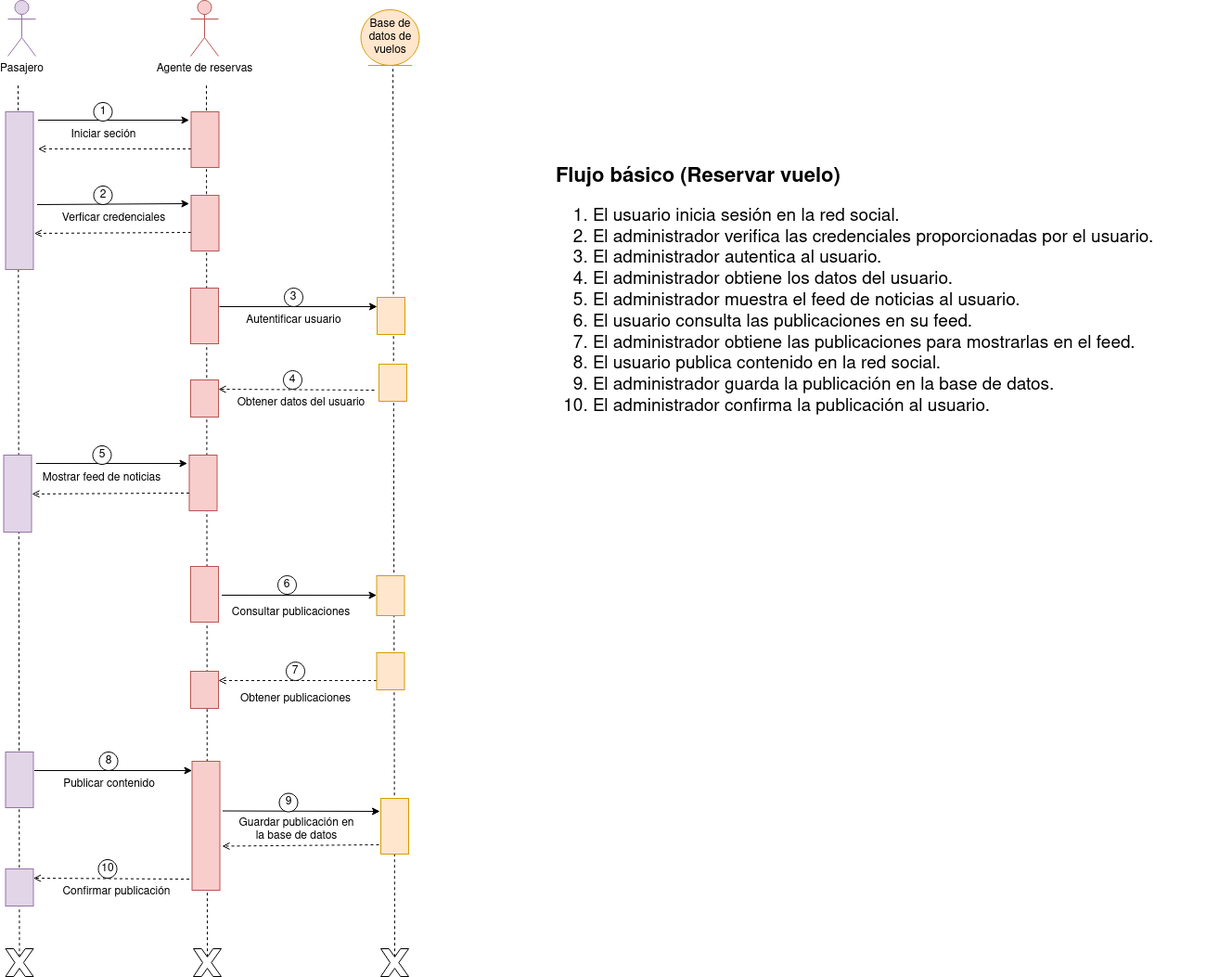
Earlier version of the draw.io export diagramas/tarea5 (red social)/diagrama_secuencias_red_social.png (Chugani05/entorno_de_desarrollo). Source tidied: cells renumbered, new cells last; positions are measured from the earlier drawing's top-left corner, leaving out a move shared by most shapes. Its diagram source:
```xml
<mxGraphModel>
  <root>
    <mxCell id="0" />
    <mxCell id="1" parent="0" />
    <mxCell id="2" style="endArrow=none;dashed=1;html=1;rounded=0;exitX=0.5;exitY=0.29;exitDx=0;exitDy=0;exitPerimeter=0;" parent="1" edge="1" source="7">
      <mxGeometry relative="1" as="geometry">
        <mxPoint x="16" y="90" as="targetPoint" />
      </mxGeometry>
    </mxCell>
    <mxCell id="3" style="endArrow=none;dashed=1;html=1;rounded=0;exitX=0.5;exitY=0.29;exitDx=0;exitDy=0;exitPerimeter=0;" parent="1" edge="1" source="8">
      <mxGeometry relative="1" as="geometry">
        <mxPoint x="420.1" y="70" as="targetPoint" />
      </mxGeometry>
    </mxCell>
    <mxCell id="4" style="endArrow=none;dashed=1;html=1;rounded=0;exitX=0.5;exitY=0.29;exitDx=0;exitDy=0;exitPerimeter=0;" parent="1" edge="1" source="6">
      <mxGeometry relative="1" as="geometry">
        <mxPoint x="219" y="90" as="targetPoint" />
      </mxGeometry>
    </mxCell>
    <mxCell id="5" style="endArrow=open;dashed=1;html=1;rounded=0;endFill=0;entryX=0.25;entryY=0;entryDx=0;entryDy=0;" parent="1" edge="1" target="20">
      <mxGeometry relative="1" as="geometry">
        <mxPoint x="200.5" y="947" as="sourcePoint" />
      </mxGeometry>
    </mxCell>
    <mxCell id="6" style="verticalLabelPosition=bottom;verticalAlign=top;html=1;shape=mxgraph.basic.x;" parent="1" vertex="1">
      <mxGeometry x="205" y="1022" width="30" height="30" as="geometry" />
    </mxCell>
    <mxCell id="7" style="verticalLabelPosition=bottom;verticalAlign=top;html=1;shape=mxgraph.basic.x;" parent="1" vertex="1">
      <mxGeometry x="2.5" y="1022" width="30" height="30" as="geometry" />
    </mxCell>
    <mxCell id="8" style="verticalLabelPosition=bottom;verticalAlign=top;html=1;shape=mxgraph.basic.x;" parent="1" vertex="1">
      <mxGeometry x="407" y="1022" width="30" height="30" as="geometry" />
    </mxCell>
    <mxCell id="9" value="Pasajero" style="shape=umlActor;verticalLabelPosition=bottom;verticalAlign=top;html=1;fillColor=#e1d5e7;strokeColor=#9673a6;" parent="1" vertex="1">
      <mxGeometry x="5" width="30" height="60" as="geometry" />
    </mxCell>
    <mxCell id="10" value="Confirmar publicación" style="text;html=1;align=center;verticalAlign=middle;strokeColor=none;fillColor=none;" parent="1" vertex="1">
      <mxGeometry x="51.5" y="946" width="140" height="30" as="geometry" />
    </mxCell>
    <mxCell id="11" value="&lt;div style=&quot;font-size: 20px;&quot;&gt;&lt;font size=&quot;1&quot;&gt;&lt;b&gt;&lt;font style=&quot;font-size: 22px;&quot;&gt;Flujo básico (Reservar vuelo)&lt;/font&gt;&lt;/b&gt;&lt;/font&gt;&lt;/div&gt;&lt;div style=&quot;font-size: 19px;&quot;&gt;&lt;ol&gt;&lt;li&gt;El usuario inicia sesión en la red social.&lt;/li&gt;&lt;li&gt;El administrador verifica las credenciales proporcionadas por el usuario.&lt;/li&gt;&lt;li&gt;El&amp;nbsp;administrador autentica al usuario.&lt;/li&gt;&lt;li&gt;El&amp;nbsp;administrador obtiene los datos del usuario.&lt;/li&gt;&lt;li&gt;El&amp;nbsp;administrador muestra el feed de noticias al usuario.&lt;/li&gt;&lt;li&gt;El usuario consulta las publicaciones en su feed.&lt;/li&gt;&lt;li&gt;El&amp;nbsp;administrador obtiene las publicaciones para mostrarlas en el feed.&lt;/li&gt;&lt;li&gt;El usuario publica contenido en la red social.&lt;/li&gt;&lt;li&gt;El&amp;nbsp;administrador guarda la publicación en la base de datos.&lt;/li&gt;&lt;li&gt;El&amp;nbsp;administrador confirma la publicación al usuario.&lt;/li&gt;&lt;/ol&gt;&lt;/div&gt;" style="text;whiteSpace=wrap;html=1;" parent="1" vertex="1">
      <mxGeometry x="594" y="170" width="730" height="293" as="geometry" />
    </mxCell>
    <mxCell id="12" value="Base de datos de vuelos" style="ellipse;shape=umlEntity;whiteSpace=wrap;html=1;fillColor=#ffe6cc;strokeColor=#d79b00;" parent="1" vertex="1">
      <mxGeometry x="385.5" y="10" width="62.9" height="60" as="geometry" />
    </mxCell>
    <mxCell id="13" style="rounded=0;whiteSpace=wrap;html=1;direction=south;verticalAlign=top;fillColor=#f8cecc;strokeColor=#b85450;" parent="1" vertex="1">
      <mxGeometry x="203.5" y="820" width="30" height="139" as="geometry" />
    </mxCell>
    <mxCell id="14" style="endArrow=classic;html=1;rounded=0;exitX=0.25;exitY=0;exitDx=0;exitDy=0;entryX=0.15;entryY=1.067;entryDx=0;entryDy=0;entryPerimeter=0;endFill=1;startArrow=none;startFill=0;" parent="1" edge="1">
      <mxGeometry relative="1" as="geometry">
        <mxPoint x="33.5" y="830" as="sourcePoint" />
        <mxPoint x="203.5" y="830" as="targetPoint" />
      </mxGeometry>
    </mxCell>
    <mxCell id="15" value="8" style="ellipse;whiteSpace=wrap;html=1;" parent="1" vertex="1">
      <mxGeometry x="103.5" y="810" width="20" height="20" as="geometry" />
    </mxCell>
    <mxCell id="16" value="Publicar contenido" style="text;html=1;align=center;verticalAlign=middle;strokeColor=none;fillColor=none;" parent="1" vertex="1">
      <mxGeometry x="53.5" y="830" width="120" height="30" as="geometry" />
    </mxCell>
    <mxCell id="17" value="10" style="ellipse;whiteSpace=wrap;html=1;" parent="1" vertex="1">
      <mxGeometry x="102.5" y="926" width="20" height="20" as="geometry" />
    </mxCell>
    <mxCell id="18" value="Agente de reservas" style="shape=umlActor;verticalLabelPosition=bottom;verticalAlign=top;html=1;fillColor=#f8cecc;strokeColor=#b85450;" parent="1" vertex="1">
      <mxGeometry x="202" width="30" height="60" as="geometry" />
    </mxCell>
    <mxCell id="19" style="rounded=0;whiteSpace=wrap;html=1;direction=south;verticalAlign=top;fillColor=#e1d5e7;strokeColor=#9673a6;" parent="1" vertex="1">
      <mxGeometry x="2.5" y="810" width="30" height="60" as="geometry" />
    </mxCell>
    <mxCell id="20" style="rounded=0;whiteSpace=wrap;html=1;direction=south;verticalAlign=top;fillColor=#e1d5e7;strokeColor=#9673a6;" parent="1" vertex="1">
      <mxGeometry x="2.5" y="936" width="30" height="40" as="geometry" />
    </mxCell>
    <mxCell id="21" value="Iniciar seción" style="text;html=1;align=center;verticalAlign=middle;strokeColor=none;fillColor=none;" parent="1" vertex="1">
      <mxGeometry x="62.5" y="130" width="90" height="30" as="geometry" />
    </mxCell>
    <mxCell id="22" style="endArrow=classic;html=1;rounded=0;entryX=0.15;entryY=1.067;entryDx=0;entryDy=0;entryPerimeter=0;" parent="1" edge="1" target="30">
      <mxGeometry relative="1" as="geometry">
        <mxPoint x="37.5" y="129" as="sourcePoint" />
      </mxGeometry>
    </mxCell>
    <mxCell id="23" style="endArrow=open;dashed=1;html=1;rounded=0;endFill=0;exitX=0.667;exitY=1;exitDx=0;exitDy=0;exitPerimeter=0;" parent="1" edge="1" source="30">
      <mxGeometry relative="1" as="geometry">
        <mxPoint x="37.5" y="160" as="targetPoint" />
      </mxGeometry>
    </mxCell>
    <mxCell id="24" value="1" style="ellipse;whiteSpace=wrap;html=1;" parent="1" vertex="1">
      <mxGeometry x="97.5" y="110" width="20" height="20" as="geometry" />
    </mxCell>
    <mxCell id="25" value="Verficar credenciales" style="text;html=1;align=center;verticalAlign=middle;strokeColor=none;fillColor=none;" parent="1" vertex="1">
      <mxGeometry x="53.5" y="220" width="130" height="30" as="geometry" />
    </mxCell>
    <mxCell id="26" style="endArrow=classic;html=1;rounded=0;exitX=0.038;exitY=-0.133;exitDx=0;exitDy=0;exitPerimeter=0;entryX=0.15;entryY=1.067;entryDx=0;entryDy=0;entryPerimeter=0;" parent="1" edge="1" target="29">
      <mxGeometry relative="1" as="geometry">
        <mxPoint x="36.5" y="220" as="sourcePoint" />
      </mxGeometry>
    </mxCell>
    <mxCell id="27" style="endArrow=open;dashed=1;html=1;rounded=0;endFill=0;exitX=0.667;exitY=1;exitDx=0;exitDy=0;exitPerimeter=0;entryX=0.157;entryY=-0.038;entryDx=0;entryDy=0;entryPerimeter=0;" parent="1" edge="1" source="29">
      <mxGeometry relative="1" as="geometry">
        <mxPoint x="33.5" y="251" as="targetPoint" />
      </mxGeometry>
    </mxCell>
    <mxCell id="28" value="2" style="ellipse;whiteSpace=wrap;html=1;" parent="1" vertex="1">
      <mxGeometry x="97.5" y="200" width="20" height="20" as="geometry" />
    </mxCell>
    <mxCell id="29" style="rounded=0;whiteSpace=wrap;html=1;direction=south;verticalAlign=top;fillColor=#f8cecc;strokeColor=#b85450;" parent="1" vertex="1">
      <mxGeometry x="202.5" y="210" width="30" height="60" as="geometry" />
    </mxCell>
    <mxCell id="30" style="rounded=0;whiteSpace=wrap;html=1;direction=south;verticalAlign=top;fillColor=#f8cecc;strokeColor=#b85450;" parent="1" vertex="1">
      <mxGeometry x="202.5" y="120" width="30" height="60" as="geometry" />
    </mxCell>
    <mxCell id="31" style="rounded=0;whiteSpace=wrap;html=1;direction=south;fillColor=#e1d5e7;strokeColor=#9673a6;" parent="1" vertex="1">
      <mxGeometry x="2.5" y="120" width="30" height="170" as="geometry" />
    </mxCell>
    <mxCell id="32" style="endArrow=open;dashed=1;html=1;rounded=0;endFill=0;entryX=0.25;entryY=0;entryDx=0;entryDy=0;" parent="1" edge="1" target="41">
      <mxGeometry relative="1" as="geometry">
        <mxPoint x="400" y="420" as="sourcePoint" />
      </mxGeometry>
    </mxCell>
    <mxCell id="33" value="Obtener datos del usuario" style="text;html=1;align=center;verticalAlign=middle;strokeColor=none;fillColor=none;" parent="1" vertex="1">
      <mxGeometry x="241" y="419" width="160" height="30" as="geometry" />
    </mxCell>
    <mxCell id="34" style="rounded=0;whiteSpace=wrap;html=1;direction=south;verticalAlign=top;fillColor=#ffe6cc;strokeColor=#d79b00;" parent="1" vertex="1">
      <mxGeometry x="403" y="320" width="30" height="40" as="geometry" />
    </mxCell>
    <mxCell id="35" style="endArrow=classic;html=1;rounded=0;exitX=0.25;exitY=0;exitDx=0;exitDy=0;entryX=0.15;entryY=1.067;entryDx=0;entryDy=0;entryPerimeter=0;endFill=1;startArrow=none;startFill=0;" parent="1" edge="1">
      <mxGeometry relative="1" as="geometry">
        <mxPoint x="233" y="330" as="sourcePoint" />
        <mxPoint x="403" y="330" as="targetPoint" />
      </mxGeometry>
    </mxCell>
    <mxCell id="36" value="3" style="ellipse;whiteSpace=wrap;html=1;" parent="1" vertex="1">
      <mxGeometry x="303" y="310" width="20" height="20" as="geometry" />
    </mxCell>
    <mxCell id="37" value="Autentificar usuario" style="text;html=1;align=center;verticalAlign=middle;strokeColor=none;fillColor=none;" parent="1" vertex="1">
      <mxGeometry x="248" y="330" width="130" height="30" as="geometry" />
    </mxCell>
    <mxCell id="38" style="rounded=0;whiteSpace=wrap;html=1;direction=south;verticalAlign=top;fillColor=#ffe6cc;strokeColor=#d79b00;" parent="1" vertex="1">
      <mxGeometry x="405" y="392" width="30" height="40" as="geometry" />
    </mxCell>
    <mxCell id="39" value="4" style="ellipse;whiteSpace=wrap;html=1;" parent="1" vertex="1">
      <mxGeometry x="302" y="399" width="20" height="20" as="geometry" />
    </mxCell>
    <mxCell id="40" style="rounded=0;whiteSpace=wrap;html=1;direction=south;verticalAlign=top;fillColor=#f8cecc;strokeColor=#b85450;" parent="1" vertex="1">
      <mxGeometry x="202" y="310" width="30" height="60" as="geometry" />
    </mxCell>
    <mxCell id="41" style="rounded=0;whiteSpace=wrap;html=1;direction=south;verticalAlign=top;fillColor=#f8cecc;strokeColor=#b85450;" parent="1" vertex="1">
      <mxGeometry x="202" y="409" width="30" height="40" as="geometry" />
    </mxCell>
    <mxCell id="42" value="Mostrar feed de noticias" style="text;html=1;align=center;verticalAlign=middle;strokeColor=none;fillColor=none;" parent="1" vertex="1">
      <mxGeometry x="30.5" y="500" width="150" height="30" as="geometry" />
    </mxCell>
    <mxCell id="43" style="endArrow=classic;html=1;rounded=0;entryX=0.15;entryY=1.067;entryDx=0;entryDy=0;entryPerimeter=0;" parent="1" edge="1" target="45">
      <mxGeometry relative="1" as="geometry">
        <mxPoint x="35.5" y="499" as="sourcePoint" />
      </mxGeometry>
    </mxCell>
    <mxCell id="44" value="5" style="ellipse;whiteSpace=wrap;html=1;" parent="1" vertex="1">
      <mxGeometry x="96.5" y="480" width="20" height="20" as="geometry" />
    </mxCell>
    <mxCell id="45" style="rounded=0;whiteSpace=wrap;html=1;direction=south;verticalAlign=top;fillColor=#f8cecc;strokeColor=#b85450;" parent="1" vertex="1">
      <mxGeometry x="200.5" y="490" width="30" height="60" as="geometry" />
    </mxCell>
    <mxCell id="46" style="rounded=0;whiteSpace=wrap;html=1;direction=south;fillColor=#e1d5e7;strokeColor=#9673a6;" parent="1" vertex="1">
      <mxGeometry x="0.5" y="490" width="30" height="83" as="geometry" />
    </mxCell>
    <mxCell id="47" style="endArrow=open;dashed=1;html=1;rounded=0;endFill=0;exitX=0.667;exitY=1;exitDx=0;exitDy=0;exitPerimeter=0;entryX=0.157;entryY=-0.038;entryDx=0;entryDy=0;entryPerimeter=0;" parent="1" edge="1">
      <mxGeometry relative="1" as="geometry">
        <mxPoint x="200.5" y="530.9" as="sourcePoint" />
        <mxPoint x="31" y="531.9" as="targetPoint" />
      </mxGeometry>
    </mxCell>
    <mxCell id="48" style="rounded=0;whiteSpace=wrap;html=1;direction=south;verticalAlign=top;fillColor=#f8cecc;strokeColor=#b85450;" parent="1" vertex="1">
      <mxGeometry x="202" y="610" width="30" height="60" as="geometry" />
    </mxCell>
    <mxCell id="49" style="rounded=0;whiteSpace=wrap;html=1;direction=south;verticalAlign=top;fillColor=#ffe6cc;strokeColor=#d79b00;" parent="1" vertex="1">
      <mxGeometry x="402.5" y="620" width="30" height="43" as="geometry" />
    </mxCell>
    <mxCell id="50" style="endArrow=classic;html=1;rounded=0;" parent="1" edge="1">
      <mxGeometry relative="1" as="geometry">
        <mxPoint x="235.5" y="641" as="sourcePoint" />
        <mxPoint x="402.5" y="641.1" as="targetPoint" />
      </mxGeometry>
    </mxCell>
    <mxCell id="51" value="6" style="ellipse;whiteSpace=wrap;html=1;" parent="1" vertex="1">
      <mxGeometry x="296" y="620" width="20" height="20" as="geometry" />
    </mxCell>
    <mxCell id="52" value="&lt;div&gt;Consultar publicaciones&lt;br&gt;&lt;/div&gt;" style="text;html=1;align=center;verticalAlign=middle;strokeColor=none;fillColor=none;" parent="1" vertex="1">
      <mxGeometry x="235" y="645" width="150" height="30" as="geometry" />
    </mxCell>
    <mxCell id="53" style="endArrow=open;dashed=1;html=1;rounded=0;endFill=0;exitX=0.75;exitY=1;exitDx=0;exitDy=0;" parent="1" edge="1" source="54">
      <mxGeometry relative="1" as="geometry">
        <mxPoint x="232" y="733" as="targetPoint" />
      </mxGeometry>
    </mxCell>
    <mxCell id="54" style="rounded=0;whiteSpace=wrap;html=1;direction=south;verticalAlign=top;fillColor=#ffe6cc;strokeColor=#d79b00;" parent="1" vertex="1">
      <mxGeometry x="402.5" y="703" width="30" height="40" as="geometry" />
    </mxCell>
    <mxCell id="55" value="Obtener publicaciones" style="text;html=1;align=center;verticalAlign=middle;strokeColor=none;fillColor=none;" parent="1" vertex="1">
      <mxGeometry x="245" y="738" width="140" height="30" as="geometry" />
    </mxCell>
    <mxCell id="56" style="rounded=0;whiteSpace=wrap;html=1;direction=south;verticalAlign=top;fillColor=#f8cecc;strokeColor=#b85450;" parent="1" vertex="1">
      <mxGeometry x="202" y="723" width="30" height="40" as="geometry" />
    </mxCell>
    <mxCell id="57" value="7" style="ellipse;whiteSpace=wrap;html=1;" parent="1" vertex="1">
      <mxGeometry x="305" y="713" width="20" height="20" as="geometry" />
    </mxCell>
    <mxCell id="58" value="&lt;div&gt;Guardar publicación en&lt;/div&gt;&lt;div&gt;la base de datos&lt;br&gt;&lt;/div&gt;" style="text;html=1;align=center;verticalAlign=middle;strokeColor=none;fillColor=none;" parent="1" vertex="1">
      <mxGeometry x="240.5" y="874.5" width="150" height="40" as="geometry" />
    </mxCell>
    <mxCell id="59" style="endArrow=classic;html=1;rounded=0;" parent="1" edge="1">
      <mxGeometry relative="1" as="geometry">
        <mxPoint x="236.5" y="873.5" as="sourcePoint" />
        <mxPoint x="406" y="874" as="targetPoint" />
      </mxGeometry>
    </mxCell>
    <mxCell id="60" value="9" style="ellipse;whiteSpace=wrap;html=1;" parent="1" vertex="1">
      <mxGeometry x="297.5" y="854.5" width="20" height="20" as="geometry" />
    </mxCell>
    <mxCell id="61" style="rounded=0;whiteSpace=wrap;html=1;direction=south;verticalAlign=top;fillColor=#ffe6cc;strokeColor=#d79b00;" parent="1" vertex="1">
      <mxGeometry x="407" y="860" width="30" height="60" as="geometry" />
    </mxCell>
    <mxCell id="62" style="endArrow=open;dashed=1;html=1;rounded=0;endFill=0;exitX=0.667;exitY=1;exitDx=0;exitDy=0;exitPerimeter=0;" parent="1" edge="1">
      <mxGeometry relative="1" as="geometry">
        <mxPoint x="405" y="910" as="sourcePoint" />
        <mxPoint x="236" y="911.5" as="targetPoint" />
      </mxGeometry>
    </mxCell>
  </root>
</mxGraphModel>
```
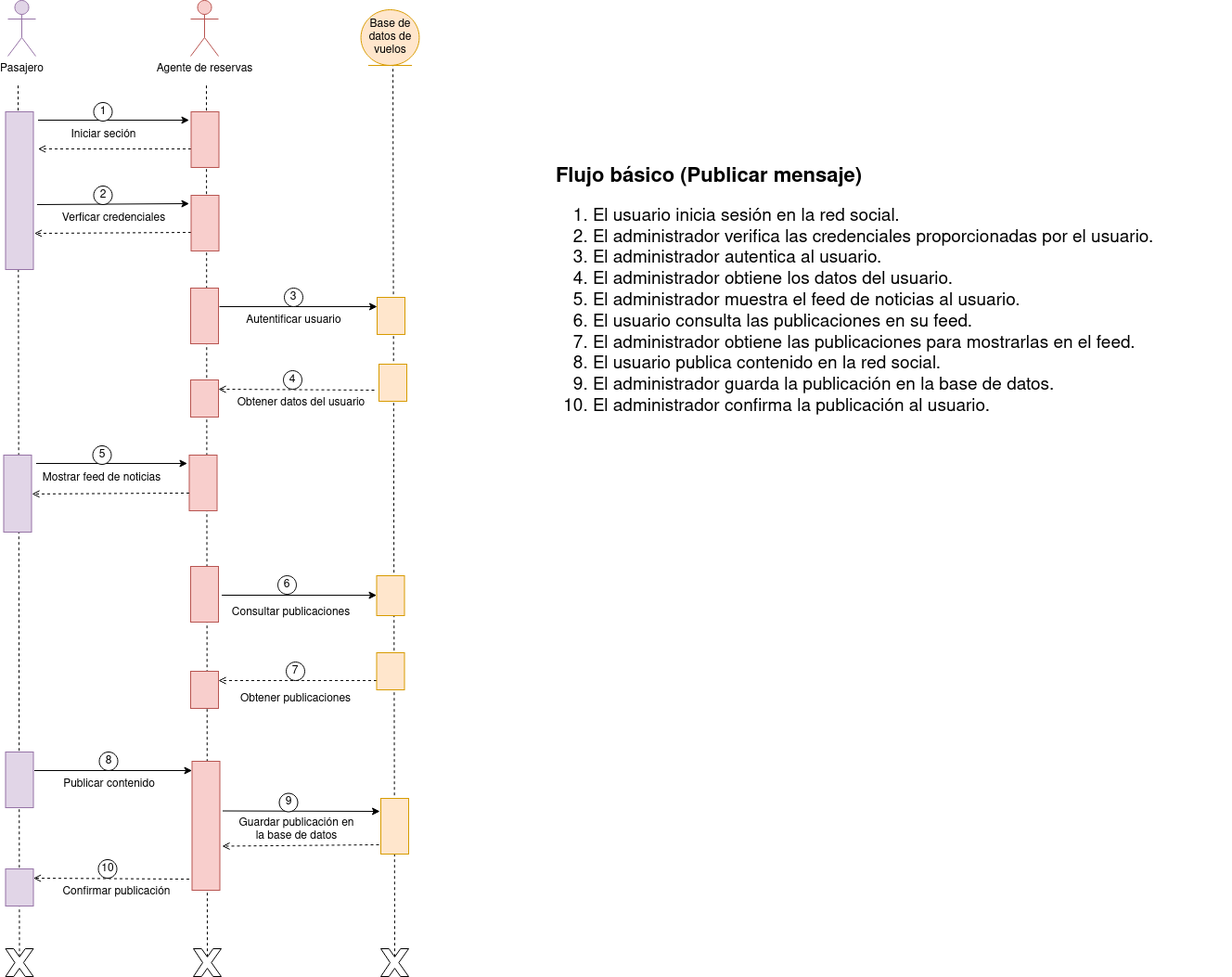
Later version of the same file.

Diff of the diagram source:
```diff
@@ -37,7 +37,7 @@
     <mxCell id="10" value="Confirmar publicación" style="text;html=1;align=center;verticalAlign=middle;strokeColor=none;fillColor=none;" parent="1" vertex="1">
       <mxGeometry x="51.5" y="946" width="140" height="30" as="geometry" />
     </mxCell>
-    <mxCell id="11" value="&lt;div style=&quot;font-size: 20px;&quot;&gt;&lt;font size=&quot;1&quot;&gt;&lt;b&gt;&lt;font style=&quot;font-size: 22px;&quot;&gt;Flujo básico (Reservar vuelo)&lt;/font&gt;&lt;/b&gt;&lt;/font&gt;&lt;/div&gt;&lt;div style=&quot;font-size: 19px;&quot;&gt;&lt;ol&gt;&lt;li&gt;El usuario inicia sesión en la red social.&lt;/li&gt;&lt;li&gt;El administrador verifica las credenciales proporcionadas por el usuario.&lt;/li&gt;&lt;li&gt;El&amp;nbsp;administrador autentica al usuario.&lt;/li&gt;&lt;li&gt;El&amp;nbsp;administrador obtiene los datos del usuario.&lt;/li&gt;&lt;li&gt;El&amp;nbsp;administrador muestra el feed de noticias al usuario.&lt;/li&gt;&lt;li&gt;El usuario consulta las publicaciones en su feed.&lt;/li&gt;&lt;li&gt;El&amp;nbsp;administrador obtiene las publicaciones para mostrarlas en el feed.&lt;/li&gt;&lt;li&gt;El usuario publica contenido en la red social.&lt;/li&gt;&lt;li&gt;El&amp;nbsp;administrador guarda la publicación en la base de datos.&lt;/li&gt;&lt;li&gt;El&amp;nbsp;administrador confirma la publicación al usuario.&lt;/li&gt;&lt;/ol&gt;&lt;/div&gt;" style="text;whiteSpace=wrap;html=1;" parent="1" vertex="1">
+    <mxCell id="11" value="&lt;div style=&quot;font-size: 20px;&quot;&gt;&lt;font size=&quot;1&quot;&gt;&lt;b&gt;&lt;font style=&quot;font-size: 22px;&quot;&gt;Flujo básico (Publicar mensaje)&lt;/font&gt;&lt;/b&gt;&lt;/font&gt;&lt;/div&gt;&lt;div style=&quot;font-size: 19px;&quot;&gt;&lt;ol&gt;&lt;li&gt;El usuario inicia sesión en la red social.&lt;/li&gt;&lt;li&gt;El administrador verifica las credenciales proporcionadas por el usuario.&lt;/li&gt;&lt;li&gt;El&amp;nbsp;administrador autentica al usuario.&lt;/li&gt;&lt;li&gt;El&amp;nbsp;administrador obtiene los datos del usuario.&lt;/li&gt;&lt;li&gt;El&amp;nbsp;administrador muestra el feed de noticias al usuario.&lt;/li&gt;&lt;li&gt;El usuario consulta las publicaciones en su feed.&lt;/li&gt;&lt;li&gt;El&amp;nbsp;administrador obtiene las publicaciones para mostrarlas en el feed.&lt;/li&gt;&lt;li&gt;El usuario publica contenido en la red social.&lt;/li&gt;&lt;li&gt;El&amp;nbsp;administrador guarda la publicación en la base de datos.&lt;/li&gt;&lt;li&gt;El&amp;nbsp;administrador confirma la publicación al usuario.&lt;/li&gt;&lt;/ol&gt;&lt;/div&gt;" style="text;whiteSpace=wrap;html=1;" parent="1" vertex="1">
       <mxGeometry x="594" y="170" width="730" height="293" as="geometry" />
     </mxCell>
     <mxCell id="12" value="Base de datos de vuelos" style="ellipse;shape=umlEntity;whiteSpace=wrap;html=1;fillColor=#ffe6cc;strokeColor=#d79b00;" parent="1" vertex="1">
```
